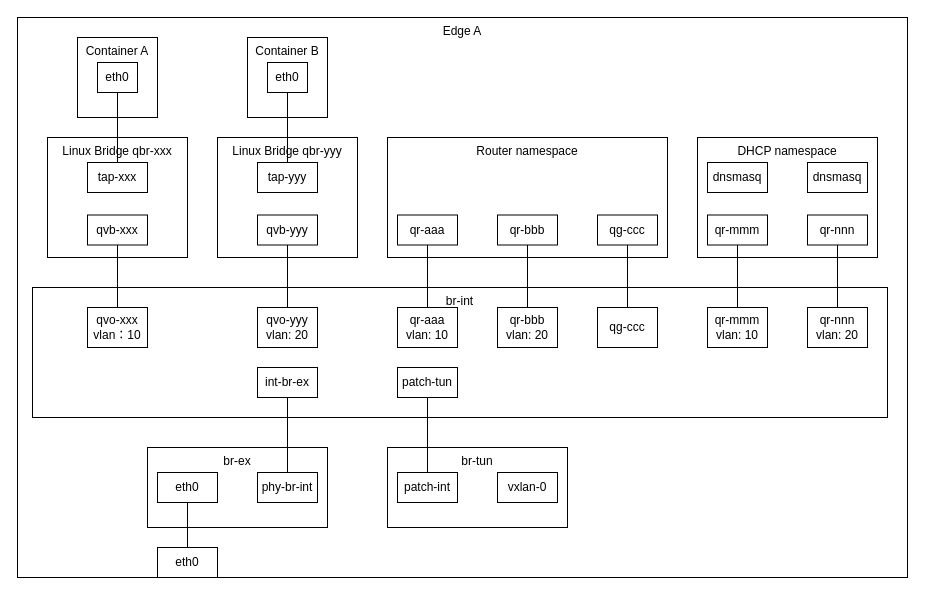
This is page "单节点跨子网" (2 of 4) of test.drawio from wangkuntian/draw, a draw.io file, before an edit. Source tidied: cells renumbered, new cells numbered last; positions are measured from the earlier drawing's top-left corner, leaving out a move shared by most shapes. Both pictures are drawn from the tidied source at 100%, with x=0, y=0 at pixel (17, 17).
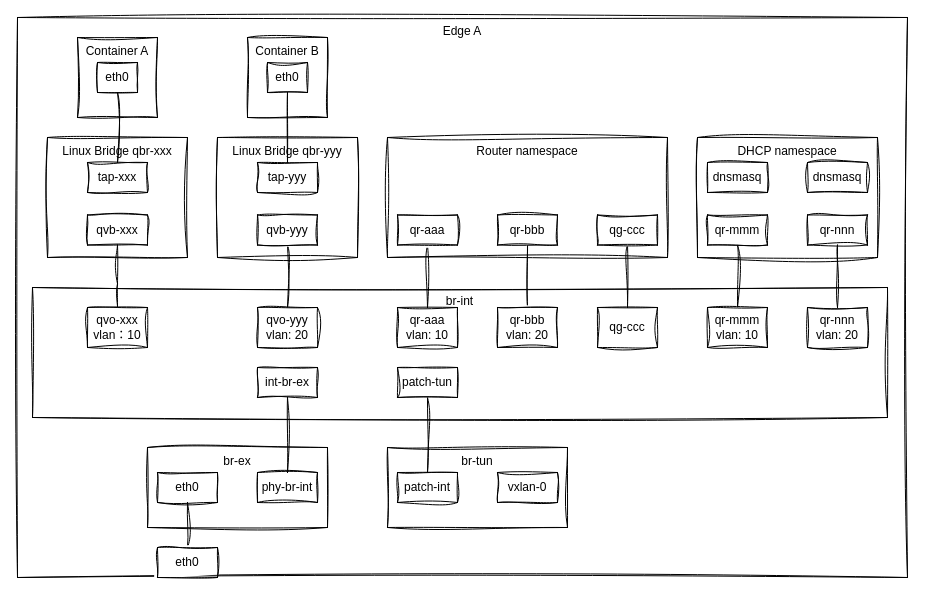
The same diagram, later.

Diff of the diagram source:
```diff
@@
-    <mxCell id="2" value="Edge A" style="rounded=0;whiteSpace=wrap;html=1;verticalAlign=top;" parent="1" vertex="1">
+    <mxCell id="2" value="Edge A" style="rounded=0;whiteSpace=wrap;html=1;verticalAlign=top;labelBackgroundColor=none;sketch=1;curveFitting=1;jiggle=2;" parent="1" vertex="1">
       <mxGeometry width="890" height="560" as="geometry" />
     </mxCell>
-    <mxCell id="3" value="Container A" style="whiteSpace=wrap;html=1;verticalAlign=top;strokeColor=default;align=center;fontFamily=Helvetica;fontSize=12;fontColor=default;fillColor=default;" parent="1" vertex="1">
+    <mxCell id="3" value="Container A" style="whiteSpace=wrap;html=1;verticalAlign=top;align=center;fontFamily=Helvetica;fontSize=12;labelBackgroundColor=none;sketch=1;curveFitting=1;jiggle=2;rounded=0;" parent="1" vertex="1">
       <mxGeometry x="60" y="20" width="80" height="80" as="geometry" />
     </mxCell>
-    <mxCell id="4" value="eth0" style="rounded=0;whiteSpace=wrap;html=1;" parent="1" vertex="1">
+    <mxCell id="4" value="eth0" style="rounded=0;whiteSpace=wrap;html=1;labelBackgroundColor=none;sketch=1;curveFitting=1;jiggle=2;" parent="1" vertex="1">
       <mxGeometry x="80" y="45" width="40" height="30" as="geometry" />
     </mxCell>
-    <mxCell id="5" value="Linux Bridge qbr-xxx" style="rounded=0;whiteSpace=wrap;html=1;verticalAlign=top;" parent="1" vertex="1">
+    <mxCell id="5" value="Linux Bridge qbr-xxx" style="rounded=0;whiteSpace=wrap;html=1;verticalAlign=top;labelBackgroundColor=none;sketch=1;curveFitting=1;jiggle=2;" parent="1" vertex="1">
       <mxGeometry x="30" y="120" width="140" height="120" as="geometry" />
     </mxCell>
-    <mxCell id="6" value="tap-xxx" style="rounded=0;whiteSpace=wrap;html=1;" parent="1" vertex="1">
+    <mxCell id="6" value="tap-xxx" style="rounded=0;whiteSpace=wrap;html=1;labelBackgroundColor=none;sketch=1;curveFitting=1;jiggle=2;" parent="1" vertex="1">
       <mxGeometry x="70" y="145" width="60" height="30" as="geometry" />
     </mxCell>
-    <mxCell id="7" value="qvb-xxx" style="rounded=0;whiteSpace=wrap;html=1;" parent="1" vertex="1">
+    <mxCell id="7" value="qvb-xxx" style="rounded=0;whiteSpace=wrap;html=1;labelBackgroundColor=none;sketch=1;curveFitting=1;jiggle=2;" parent="1" vertex="1">
       <mxGeometry x="70" y="197.5" width="60" height="30" as="geometry" />
     </mxCell>
-    <mxCell id="8" value="br-int" style="rounded=0;whiteSpace=wrap;html=1;verticalAlign=top;" parent="1" vertex="1">
+    <mxCell id="8" value="br-int" style="rounded=0;whiteSpace=wrap;html=1;verticalAlign=top;labelBackgroundColor=none;sketch=1;curveFitting=1;jiggle=2;" parent="1" vertex="1">
       <mxGeometry x="15" y="270" width="855" height="130" as="geometry" />
     </mxCell>
-    <mxCell id="9" value="DHCP namespace" style="rounded=0;whiteSpace=wrap;html=1;verticalAlign=top;" parent="1" vertex="1">
+    <mxCell id="9" value="DHCP namespace" style="rounded=0;whiteSpace=wrap;html=1;verticalAlign=top;labelBackgroundColor=none;sketch=1;curveFitting=1;jiggle=2;" parent="1" vertex="1">
       <mxGeometry x="680" y="120" width="180" height="120" as="geometry" />
     </mxCell>
-    <mxCell id="10" style="edgeStyle=orthogonalEdgeStyle;rounded=0;jettySize=auto;html=1;endArrow=none;startFill=0;" parent="1" edge="1" source="11" target="13">
+    <mxCell id="10" style="edgeStyle=orthogonalEdgeStyle;rounded=0;jettySize=auto;html=1;endArrow=none;startFill=0;labelBackgroundColor=none;fontColor=default;sketch=1;curveFitting=1;jiggle=2;" parent="1" edge="1" source="11" target="13">
       <mxGeometry relative="1" as="geometry" />
     </mxCell>
-    <mxCell id="11" value="qr-mmm" style="rounded=0;whiteSpace=wrap;html=1;" parent="1" vertex="1">
+    <mxCell id="11" value="qr-mmm" style="rounded=0;whiteSpace=wrap;html=1;labelBackgroundColor=none;sketch=1;curveFitting=1;jiggle=2;" parent="1" vertex="1">
       <mxGeometry x="690" y="197.5" width="60" height="30" as="geometry" />
     </mxCell>
-    <mxCell id="12" value="qr-aaa&lt;div&gt;vlan: 10&lt;/div&gt;" style="rounded=0;whiteSpace=wrap;html=1;" parent="1" vertex="1">
+    <mxCell id="12" value="qr-aaa&lt;div&gt;vlan: 10&lt;/div&gt;" style="rounded=0;whiteSpace=wrap;html=1;labelBackgroundColor=none;sketch=1;curveFitting=1;jiggle=2;" parent="1" vertex="1">
       <mxGeometry x="380" y="290" width="60" height="40" as="geometry" />
     </mxCell>
-    <mxCell id="13" value="qr-mmm&lt;br&gt;vlan: 10" style="rounded=0;whiteSpace=wrap;html=1;" parent="1" vertex="1">
+    <mxCell id="13" value="qr-mmm&lt;br&gt;vlan: 10" style="rounded=0;whiteSpace=wrap;html=1;labelBackgroundColor=none;sketch=1;curveFitting=1;jiggle=2;" parent="1" vertex="1">
       <mxGeometry x="690" y="290" width="60" height="40" as="geometry" />
     </mxCell>
-    <mxCell id="14" value="dnsmasq" style="rounded=0;whiteSpace=wrap;html=1;" parent="1" vertex="1">
+    <mxCell id="14" value="dnsmasq" style="rounded=0;whiteSpace=wrap;html=1;labelBackgroundColor=none;sketch=1;curveFitting=1;jiggle=2;" parent="1" vertex="1">
       <mxGeometry x="690" y="145" width="60" height="30" as="geometry" />
     </mxCell>
-    <mxCell id="15" value="Router namespace" style="rounded=0;whiteSpace=wrap;html=1;verticalAlign=top;" parent="1" vertex="1">
+    <mxCell id="15" value="Router namespace" style="rounded=0;whiteSpace=wrap;html=1;verticalAlign=top;labelBackgroundColor=none;sketch=1;curveFitting=1;jiggle=2;" parent="1" vertex="1">
       <mxGeometry x="370" y="120" width="280" height="120" as="geometry" />
     </mxCell>
-    <mxCell id="16" style="edgeStyle=orthogonalEdgeStyle;rounded=0;jettySize=auto;html=1;endArrow=none;startFill=0;" parent="1" edge="1" source="17" target="12">
+    <mxCell id="16" style="edgeStyle=orthogonalEdgeStyle;rounded=0;jettySize=auto;html=1;endArrow=none;startFill=0;labelBackgroundColor=none;fontColor=default;sketch=1;curveFitting=1;jiggle=2;" parent="1" edge="1" source="17" target="12">
       <mxGeometry relative="1" as="geometry" />
     </mxCell>
-    <mxCell id="17" value="qr-aaa" style="rounded=0;whiteSpace=wrap;html=1;" parent="1" vertex="1">
+    <mxCell id="17" value="qr-aaa" style="rounded=0;whiteSpace=wrap;html=1;labelBackgroundColor=none;sketch=1;curveFitting=1;jiggle=2;" parent="1" vertex="1">
       <mxGeometry x="380" y="197.5" width="60" height="30" as="geometry" />
     </mxCell>
-    <mxCell id="18" style="edgeStyle=orthogonalEdgeStyle;rounded=0;jettySize=auto;html=1;entryX=0.5;entryY=0;entryDx=0;entryDy=0;endArrow=none;startFill=0;" parent="1" edge="1" source="43" target="26">
+    <mxCell id="18" style="edgeStyle=orthogonalEdgeStyle;rounded=0;jettySize=auto;html=1;entryX=0.5;entryY=0;entryDx=0;entryDy=0;endArrow=none;startFill=0;labelBackgroundColor=none;fontColor=default;sketch=1;curveFitting=1;jiggle=2;" parent="1" edge="1" source="43" target="26">
       <mxGeometry relative="1" as="geometry" />
     </mxCell>
-    <mxCell id="19" value="br-tun&lt;div&gt;&lt;br&gt;&lt;/div&gt;" style="rounded=0;whiteSpace=wrap;html=1;verticalAlign=top;" parent="1" vertex="1">
+    <mxCell id="19" value="br-tun&lt;div&gt;&lt;br&gt;&lt;/div&gt;" style="rounded=0;whiteSpace=wrap;html=1;verticalAlign=top;labelBackgroundColor=none;sketch=1;curveFitting=1;jiggle=2;" parent="1" vertex="1">
       <mxGeometry x="370" y="430" width="180" height="80" as="geometry" />
     </mxCell>
-    <mxCell id="20" value="br-ex&lt;div&gt;&lt;br&gt;&lt;/div&gt;" style="rounded=0;whiteSpace=wrap;html=1;verticalAlign=top;" parent="1" vertex="1">
+    <mxCell id="20" value="br-ex&lt;div&gt;&lt;br&gt;&lt;/div&gt;" style="rounded=0;whiteSpace=wrap;html=1;verticalAlign=top;labelBackgroundColor=none;sketch=1;curveFitting=1;jiggle=2;" parent="1" vertex="1">
       <mxGeometry x="130" y="430" width="180" height="80" as="geometry" />
     </mxCell>
-    <mxCell id="21" value="eth0" style="rounded=0;whiteSpace=wrap;html=1;" parent="1" vertex="1">
+    <mxCell id="21" value="eth0" style="rounded=0;whiteSpace=wrap;html=1;labelBackgroundColor=none;sketch=1;curveFitting=1;jiggle=2;" parent="1" vertex="1">
       <mxGeometry x="140" y="455" width="60" height="30" as="geometry" />
     </mxCell>
-    <mxCell id="22" value="patch-int" style="rounded=0;whiteSpace=wrap;html=1;" parent="1" vertex="1">
+    <mxCell id="22" value="patch-int" style="rounded=0;whiteSpace=wrap;html=1;labelBackgroundColor=none;sketch=1;curveFitting=1;jiggle=2;" parent="1" vertex="1">
       <mxGeometry x="380" y="455" width="60" height="30" as="geometry" />
     </mxCell>
-    <mxCell id="23" value="phy-br-int" style="rounded=0;whiteSpace=wrap;html=1;" parent="1" vertex="1">
+    <mxCell id="23" value="phy-br-int" style="rounded=0;whiteSpace=wrap;html=1;labelBackgroundColor=none;sketch=1;curveFitting=1;jiggle=2;" parent="1" vertex="1">
       <mxGeometry x="240" y="455" width="60" height="30" as="geometry" />
     </mxCell>
-    <mxCell id="24" style="rounded=0;jettySize=auto;html=1;endArrow=none;endFill=1;startFill=0;edgeStyle=orthogonalEdgeStyle;" parent="1" edge="1" source="4" target="6">
+    <mxCell id="24" style="rounded=0;jettySize=auto;html=1;endArrow=none;endFill=1;startFill=0;edgeStyle=orthogonalEdgeStyle;labelBackgroundColor=none;fontColor=default;sketch=1;curveFitting=1;jiggle=2;" parent="1" edge="1" source="4" target="6">
       <mxGeometry relative="1" as="geometry" />
     </mxCell>
-    <mxCell id="25" style="edgeStyle=orthogonalEdgeStyle;rounded=0;jettySize=auto;html=1;entryX=0.5;entryY=0;entryDx=0;entryDy=0;endArrow=none;startFill=0;" parent="1" edge="1" source="7">
+    <mxCell id="25" style="edgeStyle=orthogonalEdgeStyle;rounded=0;jettySize=auto;html=1;entryX=0.5;entryY=0;entryDx=0;entryDy=0;endArrow=none;startFill=0;labelBackgroundColor=none;fontColor=default;sketch=1;curveFitting=1;jiggle=2;" parent="1" edge="1" source="7">
       <mxGeometry relative="1" as="geometry">
         <mxPoint x="100" y="305" as="targetPoint" />
       </mxGeometry>
     </mxCell>
-    <mxCell id="26" value="qr-bbb&lt;div&gt;vlan: 20&lt;/div&gt;" style="rounded=0;whiteSpace=wrap;html=1;" parent="1" vertex="1">
+    <mxCell id="26" value="qr-bbb&lt;div&gt;vlan: 20&lt;/div&gt;" style="rounded=0;whiteSpace=wrap;html=1;labelBackgroundColor=none;sketch=1;curveFitting=1;jiggle=2;" parent="1" vertex="1">
       <mxGeometry x="480" y="290" width="60" height="40" as="geometry" />
     </mxCell>
-    <mxCell id="27" style="edgeStyle=orthogonalEdgeStyle;rounded=0;jettySize=auto;html=1;endArrow=none;startFill=0;" parent="1" edge="1" source="28" target="21">
+    <mxCell id="27" style="edgeStyle=orthogonalEdgeStyle;rounded=0;jettySize=auto;html=1;endArrow=none;startFill=0;labelBackgroundColor=none;fontColor=default;sketch=1;curveFitting=1;jiggle=2;" parent="1" edge="1" source="28" target="21">
       <mxGeometry relative="1" as="geometry" />
     </mxCell>
-    <mxCell id="28" value="eth0" style="rounded=0;whiteSpace=wrap;html=1;" parent="1" vertex="1">
+    <mxCell id="28" value="eth0" style="rounded=0;whiteSpace=wrap;html=1;labelBackgroundColor=none;sketch=1;curveFitting=1;jiggle=2;" parent="1" vertex="1">
       <mxGeometry x="140" y="530" width="60" height="30" as="geometry" />
     </mxCell>
-    <mxCell id="29" value="vxlan-0" style="rounded=0;whiteSpace=wrap;html=1;" parent="1" vertex="1">
+    <mxCell id="29" value="vxlan-0" style="rounded=0;whiteSpace=wrap;html=1;labelBackgroundColor=none;sketch=1;curveFitting=1;jiggle=2;" parent="1" vertex="1">
       <mxGeometry x="480" y="455" width="60" height="30" as="geometry" />
     </mxCell>
-    <mxCell id="30" value="Container B" style="whiteSpace=wrap;html=1;verticalAlign=top;strokeColor=default;align=center;fontFamily=Helvetica;fontSize=12;fontColor=default;fillColor=default;" parent="1" vertex="1">
+    <mxCell id="30" value="Container B" style="whiteSpace=wrap;html=1;verticalAlign=top;align=center;fontFamily=Helvetica;fontSize=12;labelBackgroundColor=none;sketch=1;curveFitting=1;jiggle=2;rounded=0;" parent="1" vertex="1">
       <mxGeometry x="230" y="20" width="80" height="80" as="geometry" />
     </mxCell>
-    <mxCell id="31" value="eth0" style="rounded=0;whiteSpace=wrap;html=1;" parent="1" vertex="1">
+    <mxCell id="31" value="eth0" style="rounded=0;whiteSpace=wrap;html=1;labelBackgroundColor=none;sketch=1;curveFitting=1;jiggle=2;" parent="1" vertex="1">
       <mxGeometry x="250" y="45" width="40" height="30" as="geometry" />
     </mxCell>
-    <mxCell id="32" value="Linux Bridge qbr-yyy" style="rounded=0;whiteSpace=wrap;html=1;verticalAlign=top;" parent="1" vertex="1">
+    <mxCell id="32" value="Linux Bridge qbr-yyy" style="rounded=0;whiteSpace=wrap;html=1;verticalAlign=top;labelBackgroundColor=none;sketch=1;curveFitting=1;jiggle=2;" parent="1" vertex="1">
       <mxGeometry x="200" y="120" width="140" height="120" as="geometry" />
     </mxCell>
-    <mxCell id="33" value="tap-yyy" style="rounded=0;whiteSpace=wrap;html=1;" parent="1" vertex="1">
+    <mxCell id="33" value="tap-yyy" style="rounded=0;whiteSpace=wrap;html=1;labelBackgroundColor=none;sketch=1;curveFitting=1;jiggle=2;" parent="1" vertex="1">
       <mxGeometry x="240" y="145" width="60" height="30" as="geometry" />
     </mxCell>
-    <mxCell id="34" style="edgeStyle=orthogonalEdgeStyle;rounded=0;jettySize=auto;html=1;endArrow=none;startFill=0;" parent="1" edge="1" source="35" target="38">
+    <mxCell id="34" style="edgeStyle=orthogonalEdgeStyle;rounded=0;jettySize=auto;html=1;endArrow=none;startFill=0;labelBackgroundColor=none;fontColor=default;sketch=1;curveFitting=1;jiggle=2;" parent="1" edge="1" source="35" target="38">
       <mxGeometry relative="1" as="geometry" />
     </mxCell>
-    <mxCell id="35" value="qvb-yyy" style="rounded=0;whiteSpace=wrap;html=1;" parent="1" vertex="1">
+    <mxCell id="35" value="qvb-yyy" style="rounded=0;whiteSpace=wrap;html=1;labelBackgroundColor=none;sketch=1;curveFitting=1;jiggle=2;" parent="1" vertex="1">
       <mxGeometry x="240" y="197.5" width="60" height="30" as="geometry" />
     </mxCell>
-    <mxCell id="36" style="rounded=0;jettySize=auto;html=1;endArrow=none;endFill=1;startFill=0;edgeStyle=orthogonalEdgeStyle;" parent="1" edge="1" source="31" target="33">
+    <mxCell id="36" style="rounded=0;jettySize=auto;html=1;endArrow=none;endFill=1;startFill=0;edgeStyle=orthogonalEdgeStyle;labelBackgroundColor=none;fontColor=default;sketch=1;curveFitting=1;jiggle=2;" parent="1" edge="1" source="31" target="33">
       <mxGeometry relative="1" as="geometry" />
     </mxCell>
-    <mxCell id="37" value="qvo-xxx&lt;br&gt;vlan：10" style="rounded=0;whiteSpace=wrap;html=1;" parent="1" vertex="1">
+    <mxCell id="37" value="qvo-xxx&lt;br&gt;vlan：10" style="rounded=0;whiteSpace=wrap;html=1;labelBackgroundColor=none;sketch=1;curveFitting=1;jiggle=2;" parent="1" vertex="1">
       <mxGeometry x="70" y="290" width="60" height="40" as="geometry" />
     </mxCell>
-    <mxCell id="38" value="qvo-yyy&lt;br&gt;vlan: 20" style="rounded=0;whiteSpace=wrap;html=1;" parent="1" vertex="1">
+    <mxCell id="38" value="qvo-yyy&lt;br&gt;vlan: 20" style="rounded=0;whiteSpace=wrap;html=1;labelBackgroundColor=none;sketch=1;curveFitting=1;jiggle=2;" parent="1" vertex="1">
       <mxGeometry x="240" y="290" width="60" height="40" as="geometry" />
     </mxCell>
-    <mxCell id="39" style="edgeStyle=orthogonalEdgeStyle;rounded=0;jettySize=auto;html=1;entryX=0.5;entryY=0;entryDx=0;entryDy=0;endArrow=none;startFill=0;" parent="1" edge="1" source="40" target="23">
+    <mxCell id="39" style="edgeStyle=orthogonalEdgeStyle;rounded=0;jettySize=auto;html=1;entryX=0.5;entryY=0;entryDx=0;entryDy=0;endArrow=none;startFill=0;labelBackgroundColor=none;fontColor=default;sketch=1;curveFitting=1;jiggle=2;" parent="1" edge="1" source="40" target="23">
       <mxGeometry relative="1" as="geometry" />
     </mxCell>
-    <mxCell id="40" value="int-br-ex" style="rounded=0;whiteSpace=wrap;html=1;" parent="1" vertex="1">
+    <mxCell id="40" value="int-br-ex" style="rounded=0;whiteSpace=wrap;html=1;labelBackgroundColor=none;sketch=1;curveFitting=1;jiggle=2;" parent="1" vertex="1">
       <mxGeometry x="240" y="350" width="60" height="30" as="geometry" />
     </mxCell>
-    <mxCell id="41" style="edgeStyle=orthogonalEdgeStyle;rounded=0;jettySize=auto;html=1;entryX=0.5;entryY=0;entryDx=0;entryDy=0;endArrow=none;startFill=0;" parent="1" edge="1" source="42" target="22">
+    <mxCell id="41" style="edgeStyle=orthogonalEdgeStyle;rounded=0;jettySize=auto;html=1;entryX=0.5;entryY=0;entryDx=0;entryDy=0;endArrow=none;startFill=0;labelBackgroundColor=none;fontColor=default;sketch=1;curveFitting=1;jiggle=2;" parent="1" edge="1" source="42" target="22">
       <mxGeometry relative="1" as="geometry" />
     </mxCell>
-    <mxCell id="42" value="patch-tun" style="rounded=0;whiteSpace=wrap;html=1;" parent="1" vertex="1">
+    <mxCell id="42" value="patch-tun" style="rounded=0;whiteSpace=wrap;html=1;labelBackgroundColor=none;sketch=1;curveFitting=1;jiggle=2;" parent="1" vertex="1">
       <mxGeometry x="380" y="350" width="60" height="30" as="geometry" />
     </mxCell>
-    <mxCell id="43" value="qr-bbb" style="rounded=0;whiteSpace=wrap;html=1;" parent="1" vertex="1">
+    <mxCell id="43" value="qr-bbb" style="rounded=0;whiteSpace=wrap;html=1;labelBackgroundColor=none;sketch=1;curveFitting=1;jiggle=2;" parent="1" vertex="1">
       <mxGeometry x="480" y="197.5" width="60" height="30" as="geometry" />
     </mxCell>
-    <mxCell id="44" style="edgeStyle=orthogonalEdgeStyle;rounded=0;jettySize=auto;html=1;entryX=0.5;entryY=0;entryDx=0;entryDy=0;endArrow=none;startFill=0;" parent="1" edge="1" source="45" target="46">
+    <mxCell id="44" style="edgeStyle=orthogonalEdgeStyle;rounded=0;jettySize=auto;html=1;entryX=0.5;entryY=0;entryDx=0;entryDy=0;endArrow=none;startFill=0;labelBackgroundColor=none;fontColor=default;sketch=1;curveFitting=1;jiggle=2;" parent="1" edge="1" source="45" target="46">
       <mxGeometry relative="1" as="geometry" />
     </mxCell>
-    <mxCell id="45" value="qg-ccc" style="rounded=0;whiteSpace=wrap;html=1;" parent="1" vertex="1">
+    <mxCell id="45" value="qg-ccc" style="rounded=0;whiteSpace=wrap;html=1;labelBackgroundColor=none;sketch=1;curveFitting=1;jiggle=2;" parent="1" vertex="1">
       <mxGeometry x="580" y="197.5" width="60" height="30" as="geometry" />
     </mxCell>
-    <mxCell id="46" value="qg-ccc" style="rounded=0;whiteSpace=wrap;html=1;" parent="1" vertex="1">
+    <mxCell id="46" value="qg-ccc" style="rounded=0;whiteSpace=wrap;html=1;labelBackgroundColor=none;sketch=1;curveFitting=1;jiggle=2;" parent="1" vertex="1">
       <mxGeometry x="580" y="290" width="60" height="40" as="geometry" />
     </mxCell>
-    <mxCell id="47" style="edgeStyle=orthogonalEdgeStyle;rounded=0;jettySize=auto;html=1;endArrow=none;startFill=0;" parent="1" edge="1" source="48" target="49">
+    <mxCell id="47" style="edgeStyle=orthogonalEdgeStyle;rounded=0;jettySize=auto;html=1;endArrow=none;startFill=0;labelBackgroundColor=none;fontColor=default;sketch=1;curveFitting=1;jiggle=2;" parent="1" edge="1" source="48" target="49">
       <mxGeometry relative="1" as="geometry" />
     </mxCell>
-    <mxCell id="48" value="qr-nnn" style="rounded=0;whiteSpace=wrap;html=1;" parent="1" vertex="1">
+    <mxCell id="48" value="qr-nnn" style="rounded=0;whiteSpace=wrap;html=1;labelBackgroundColor=none;sketch=1;curveFitting=1;jiggle=2;" parent="1" vertex="1">
       <mxGeometry x="790" y="197.5" width="60" height="30" as="geometry" />
     </mxCell>
-    <mxCell id="49" value="qr-nnn&lt;div&gt;vlan: 20&lt;/div&gt;" style="rounded=0;whiteSpace=wrap;html=1;" parent="1" vertex="1">
+    <mxCell id="49" value="qr-nnn&lt;div&gt;vlan: 20&lt;/div&gt;" style="rounded=0;whiteSpace=wrap;html=1;labelBackgroundColor=none;sketch=1;curveFitting=1;jiggle=2;" parent="1" vertex="1">
       <mxGeometry x="790" y="290" width="60" height="40" as="geometry" />
     </mxCell>
-    <mxCell id="50" value="dnsmasq" style="rounded=0;whiteSpace=wrap;html=1;" parent="1" vertex="1">
+    <mxCell id="50" value="dnsmasq" style="rounded=0;whiteSpace=wrap;html=1;labelBackgroundColor=none;sketch=1;curveFitting=1;jiggle=2;" parent="1" vertex="1">
       <mxGeometry x="790" y="145" width="60" height="30" as="geometry" />
     </mxCell>
```
